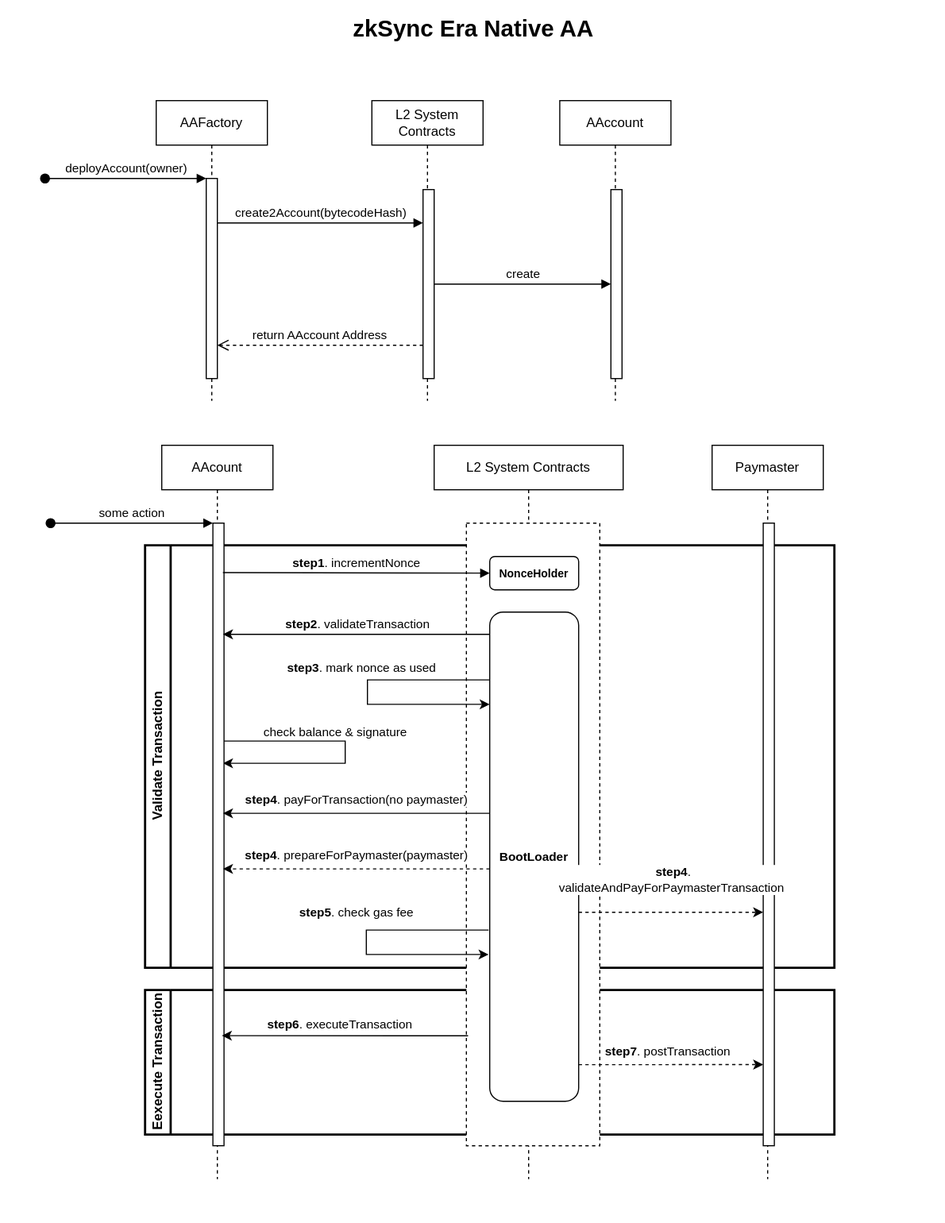
The draw.io diagram Lesson01/docs/img/zksync-AA-tx-flow.svg in Dapp-Learning-DAO/Dapp-Learning-ZKsync, before a commit. Source tidied: cells renumbered, new cells last; positions are measured from the earlier drawing's top-left corner, leaving out a move shared by most shapes.
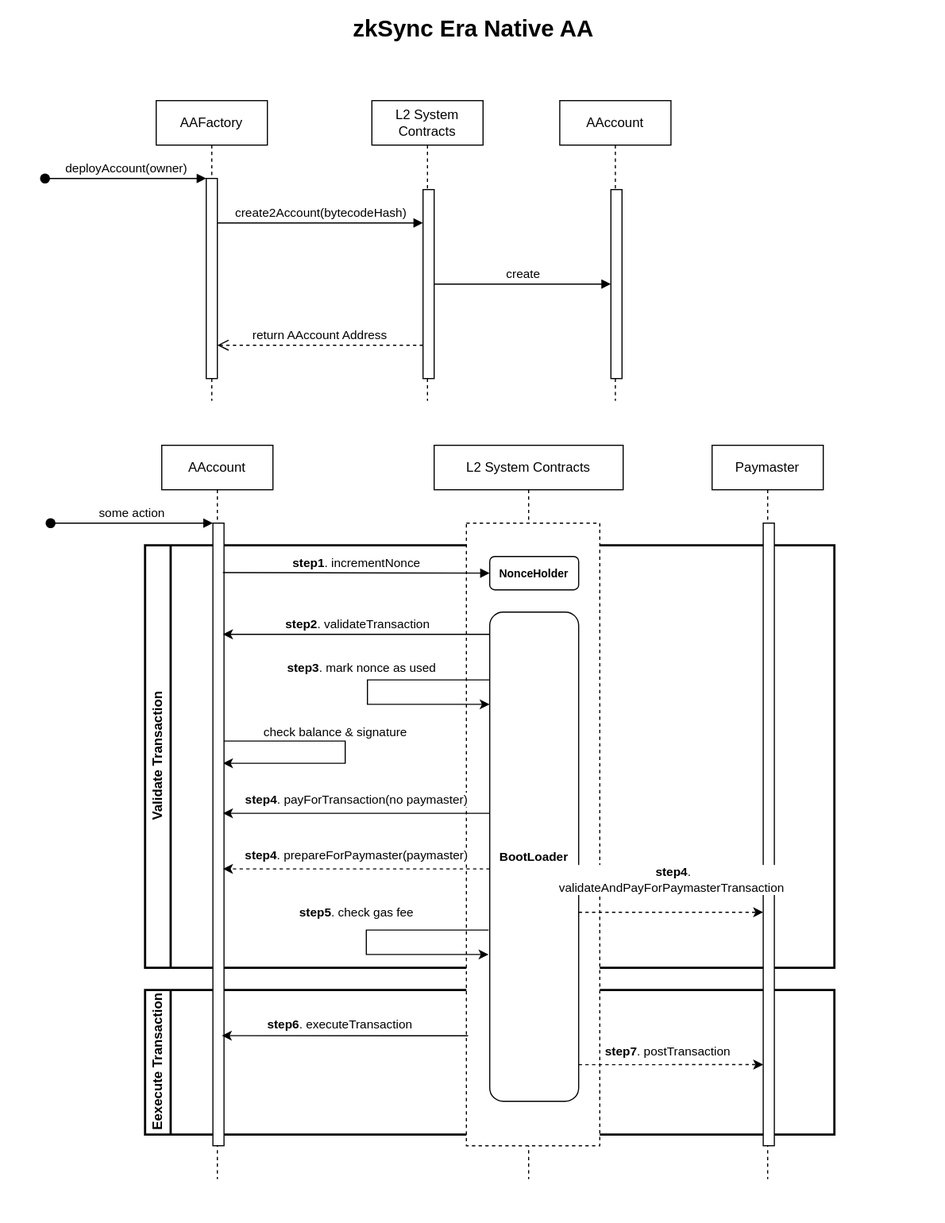
The same file after the commit.

Change to the diagram source:
```diff
@@ -64,7 +64,7 @@
     <mxCell id="15" value="create" style="html=1;verticalAlign=bottom;endArrow=block;edgeStyle=elbowEdgeStyle;elbow=vertical;curved=0;rounded=0;" parent="1" edge="1" source="10" target="14">
       <mxGeometry relative="1" as="geometry" />
     </mxCell>
-    <mxCell id="16" value="AAcount" style="shape=umlLifeline;perimeter=lifelinePerimeter;whiteSpace=wrap;html=1;newEdgeStyle={&quot;edgeStyle&quot;:&quot;elbowEdgeStyle&quot;,&quot;elbow&quot;:&quot;vertical&quot;,&quot;curved&quot;:0,&quot;rounded&quot;:0};" parent="1" vertex="1">
+    <mxCell id="16" value="AAccount" style="shape=umlLifeline;perimeter=lifelinePerimeter;whiteSpace=wrap;html=1;newEdgeStyle={&quot;edgeStyle&quot;:&quot;elbowEdgeStyle&quot;,&quot;elbow&quot;:&quot;vertical&quot;,&quot;curved&quot;:0,&quot;rounded&quot;:0};" parent="1" vertex="1">
       <mxGeometry x="105" y="395" width="100" height="660" as="geometry" />
     </mxCell>
     <mxCell id="17" style="html=1;points=[];perimeter=orthogonalPerimeter;outlineConnect=0;targetShapes=umlLifeline;portConstraint=eastwest;newEdgeStyle={&quot;edgeStyle&quot;:&quot;elbowEdgeStyle&quot;,&quot;elbow&quot;:&quot;vertical&quot;,&quot;curved&quot;:0,&quot;rounded&quot;:0};" parent="16" vertex="1">
```
